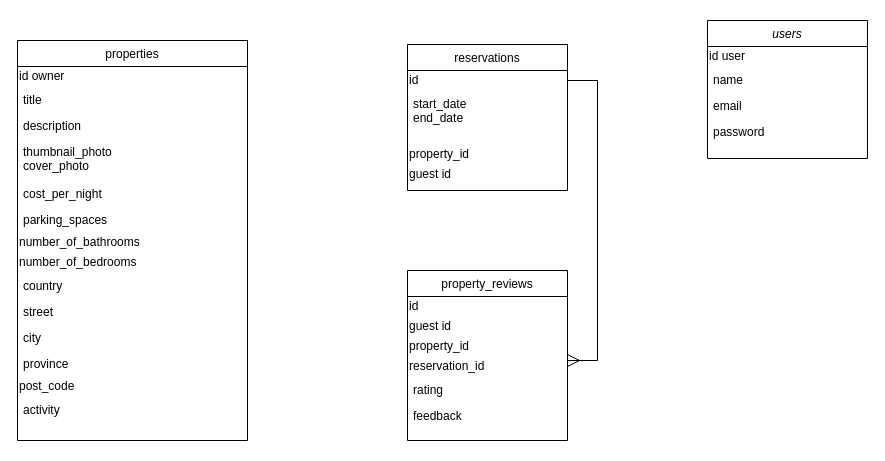
The draw.io diagram Untitled Diagram.drawio in Kevinliao0857/LighthouseBnB, before the edit. Source tidied: cells renumbered, new cells numbered last; positions are measured from the earlier drawing's top-left corner, leaving out a move shared by most shapes. Both pictures are drawn from the tidied source at 100%, with x=0, y=0 at pixel (17, 20).
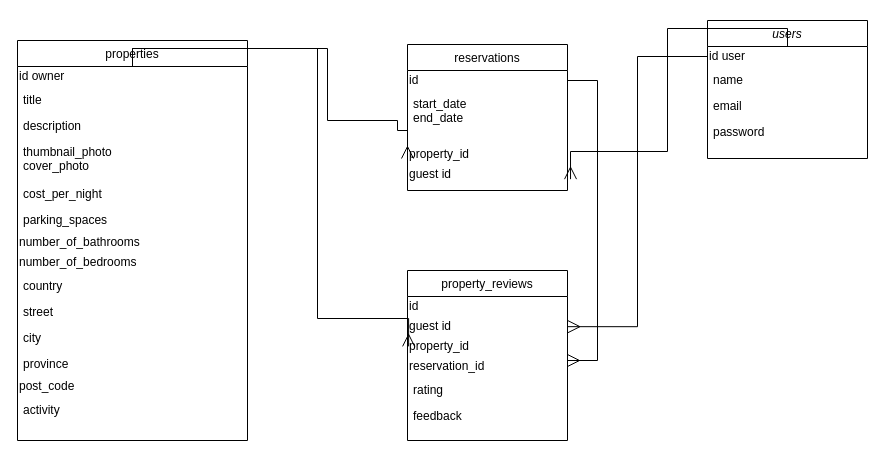
The same diagram, later.

Unchanged cells that the change refers to:
```xml
<mxCell id="3" value="&lt;div align=&quot;left&quot;&gt;id user&lt;br&gt;&lt;/div&gt;" style="text;html=1;align=left;verticalAlign=middle;points=[];" parent="2" vertex="1">
  <mxGeometry y="26" width="160" height="20" as="geometry" />
</mxCell>
<mxCell id="8" value="&lt;div align=&quot;left&quot;&gt;id owner&lt;/div&gt;" style="text;html=1;align=left;verticalAlign=middle;points=[];" parent="7" vertex="1">
  <mxGeometry y="26" width="230" height="20" as="geometry" />
</mxCell>
<mxCell id="25" value="&lt;div align=&quot;left&quot;&gt;property_id&lt;/div&gt;" style="text;html=1;align=left;verticalAlign=middle;points=[];" parent="22" vertex="1">
  <mxGeometry y="100" width="160" height="20" as="geometry" />
</mxCell>
<mxCell id="26" value="&lt;div align=&quot;left&quot;&gt;guest id&lt;br&gt;&lt;/div&gt;" style="text;html=1;align=left;verticalAlign=middle;points=[];" parent="22" vertex="1">
  <mxGeometry y="120" width="160" height="20" as="geometry" />
</mxCell>
<mxCell id="29" value="&lt;div align=&quot;left&quot;&gt;guest id&lt;br&gt;&lt;/div&gt;" style="text;html=1;align=left;verticalAlign=middle;points=[];" parent="27" vertex="1">
  <mxGeometry y="46" width="160" height="20" as="geometry" />
</mxCell>
<mxCell id="30" value="&lt;div align=&quot;left&quot;&gt;property_id&lt;/div&gt;" style="text;html=1;align=left;verticalAlign=middle;points=[];" parent="27" vertex="1">
  <mxGeometry y="66" width="160" height="20" as="geometry" />
</mxCell>
```

Change to the diagram source:
```diff
@@
+    <mxCell id="35" style="edgeStyle=orthogonalEdgeStyle;rounded=0;jettySize=auto;html=1;entryX=0.007;entryY=0.493;entryDx=0;entryDy=0;entryPerimeter=0;endArrow=ERmany;endFill=0;endSize=10;strokeWidth=1;" parent="1" edge="1" source="8" target="30">
+      <mxGeometry relative="1" as="geometry">
+        <Array as="points">
+          <mxPoint x="300" y="28" />
+          <mxPoint x="300" y="298" />
+        </Array>
+      </mxGeometry>
+    </mxCell>
+    <mxCell id="36" style="edgeStyle=orthogonalEdgeStyle;rounded=0;jettySize=auto;html=1;entryX=0;entryY=0.7;entryDx=0;entryDy=0;entryPerimeter=0;endArrow=ERmany;endFill=0;endSize=10;strokeWidth=1;" parent="1" edge="1" source="8" target="25">
+      <mxGeometry relative="1" as="geometry">
+        <Array as="points">
+          <mxPoint x="310" y="28" />
+          <mxPoint x="310" y="100" />
+          <mxPoint x="380" y="100" />
+          <mxPoint x="380" y="110" />
+        </Array>
+      </mxGeometry>
+    </mxCell>
+    <mxCell id="37" style="edgeStyle=orthogonalEdgeStyle;rounded=0;jettySize=auto;html=1;entryX=1.019;entryY=0.733;entryDx=0;entryDy=0;entryPerimeter=0;endArrow=ERmany;endFill=0;endSize=10;strokeWidth=1;" parent="1" edge="1" source="3" target="26">
+      <mxGeometry relative="1" as="geometry">
+        <Array as="points">
+          <mxPoint x="650" y="8" />
+          <mxPoint x="650" y="131" />
+        </Array>
+      </mxGeometry>
+    </mxCell>
+    <mxCell id="38" style="edgeStyle=orthogonalEdgeStyle;rounded=0;jettySize=auto;html=1;entryX=1.003;entryY=0.508;entryDx=0;entryDy=0;entryPerimeter=0;endArrow=ERmany;endFill=0;endSize=10;strokeWidth=1;" parent="1" edge="1" source="3" target="29">
+      <mxGeometry relative="1" as="geometry" />
+    </mxCell>
```
